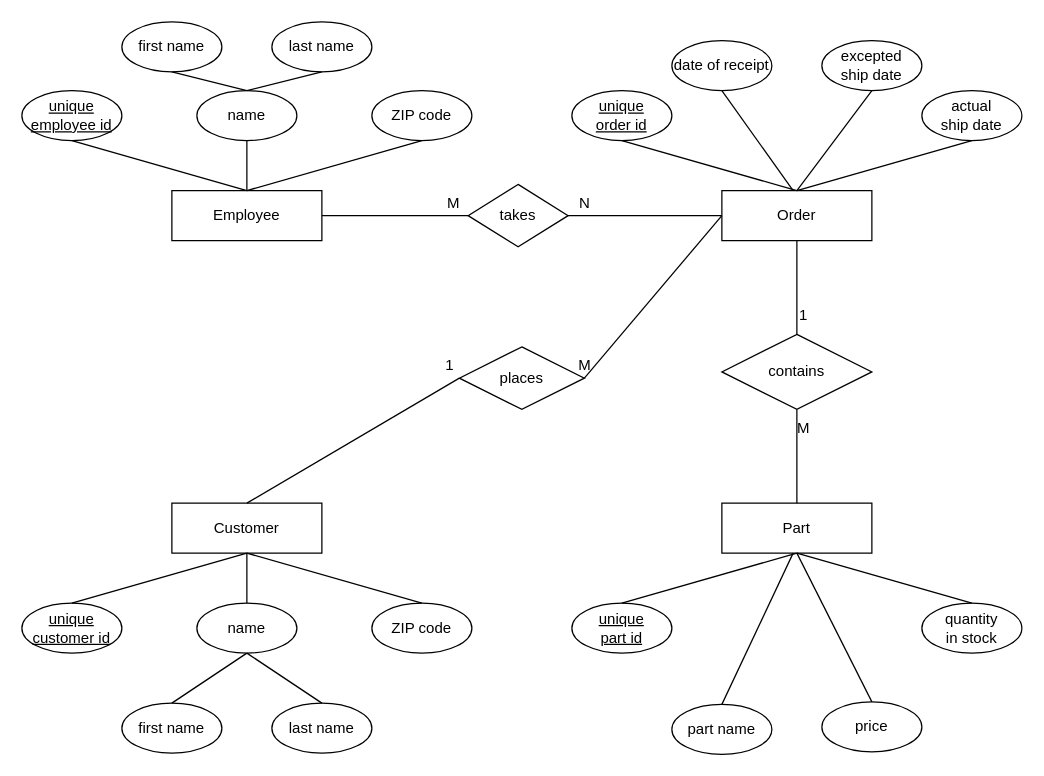
Before: erd.drawio in Sion99/C-Programming-for-Beginners, a draw.io diagram. Source tidied: cells renumbered, new cells numbered last; positions are measured from the earlier drawing's top-left corner, leaving out a move shared by most shapes. Both pictures are drawn from the tidied source at 125%, with x=0, y=0 at pixel (21, 21).
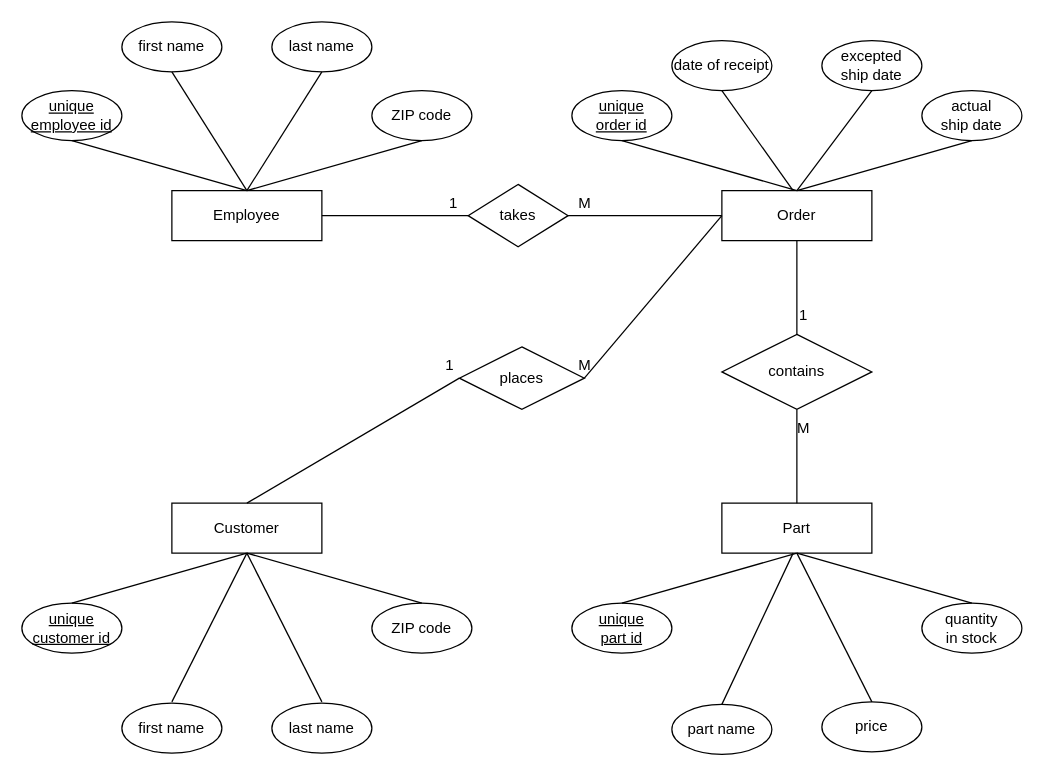
The same diagram, later.

Unchanged cells that the change refers to:
```xml
<mxCell id="2" value="Employee" style="whiteSpace=wrap;html=1;align=center;" parent="1" vertex="1">
  <mxGeometry x="120" y="135" width="120" height="40" as="geometry" />
</mxCell>
<mxCell id="5" value="Customer" style="whiteSpace=wrap;html=1;align=center;" parent="1" vertex="1">
  <mxGeometry x="120" y="385" width="120" height="40" as="geometry" />
</mxCell>
<mxCell id="7" value="first name" style="ellipse;whiteSpace=wrap;html=1;align=center;" parent="1" vertex="1">
  <mxGeometry x="80" width="80" height="40" as="geometry" />
</mxCell>
<mxCell id="8" value="last name" style="ellipse;whiteSpace=wrap;html=1;align=center;" parent="1" vertex="1">
  <mxGeometry x="200" width="80" height="40" as="geometry" />
</mxCell>
<mxCell id="26" value="last name" style="ellipse;whiteSpace=wrap;html=1;align=center;" parent="1" vertex="1">
  <mxGeometry x="200" y="545" width="80" height="40" as="geometry" />
</mxCell>
```

What changed in the source:
```diff
@@
-    <mxCell id="10" value="name" style="ellipse;whiteSpace=wrap;html=1;align=center;" parent="1" vertex="1">
-      <mxGeometry x="140" y="55" width="80" height="40" as="geometry" />
-    </mxCell>
@@
-    <mxCell id="12" style="endArrow=none;html=1;rounded=0;exitX=0.5;exitY=1;exitDx=0;exitDy=0;" parent="1" edge="1" source="10">
-      <mxGeometry relative="1" as="geometry">
-        <mxPoint x="180" y="135" as="targetPoint" />
-      </mxGeometry>
-    </mxCell>
@@
-    <mxCell id="14" style="endArrow=none;html=1;rounded=0;entryX=0.5;entryY=0;entryDx=0;entryDy=0;exitX=0.5;exitY=1;exitDx=0;exitDy=0;" parent="1" edge="1" source="7" target="10">
+    <mxCell id="14" style="endArrow=none;html=1;rounded=0;exitX=0.5;exitY=1;exitDx=0;exitDy=0;entryX=0.5;entryY=0;entryDx=0;entryDy=0;" parent="1" edge="1" source="7" target="2">
       <mxGeometry relative="1" as="geometry" />
     </mxCell>
-    <mxCell id="15" style="endArrow=none;html=1;rounded=0;exitX=0.5;exitY=1;exitDx=0;exitDy=0;entryX=0.5;entryY=0;entryDx=0;entryDy=0;" parent="1" edge="1" source="8" target="10">
+    <mxCell id="15" style="endArrow=none;html=1;rounded=0;exitX=0.5;exitY=1;exitDx=0;exitDy=0;entryX=0.5;entryY=0;entryDx=0;entryDy=0;" parent="1" edge="1" source="8" target="2">
       <mxGeometry relative="1" as="geometry" />
     </mxCell>
@@
-    <mxCell id="28" value="name" style="ellipse;whiteSpace=wrap;html=1;align=center;" parent="1" vertex="1">
-      <mxGeometry x="140" y="465" width="80" height="40" as="geometry" />
-    </mxCell>
@@
-    <mxCell id="30" style="endArrow=none;html=1;rounded=0;entryX=0.5;entryY=1;entryDx=0;entryDy=0;" parent="1" edge="1">
-      <mxGeometry relative="1" as="geometry">
-        <mxPoint x="180" y="465" as="sourcePoint" />
-        <mxPoint x="180" y="425" as="targetPoint" />
-      </mxGeometry>
-    </mxCell>
@@
-    <mxCell id="32" style="endArrow=none;html=1;rounded=0;entryX=0.5;entryY=1;entryDx=0;entryDy=0;" parent="1" edge="1" target="28">
-      <mxGeometry relative="1" as="geometry">
-        <mxPoint x="120" y="545" as="sourcePoint" />
-      </mxGeometry>
-    </mxCell>
-    <mxCell id="33" style="endArrow=none;html=1;rounded=0;exitX=0.5;exitY=0;exitDx=0;exitDy=0;" parent="1" edge="1" source="26">
-      <mxGeometry relative="1" as="geometry">
-        <mxPoint x="180" y="505" as="targetPoint" />
-      </mxGeometry>
-    </mxCell>
@@
-    <mxCell id="55" value="N" style="text;html=1;align=center;verticalAlign=middle;strokeColor=none;fillColor=none;" parent="1" vertex="1">
+    <mxCell id="55" value="M" style="text;html=1;align=center;verticalAlign=middle;strokeColor=none;fillColor=none;" parent="1" vertex="1">
       <mxGeometry x="435" y="130" width="30" height="30" as="geometry" />
     </mxCell>
-    <mxCell id="56" value="M" style="text;html=1;align=center;verticalAlign=middle;strokeColor=none;fillColor=none;" parent="1" vertex="1">
+    <mxCell id="56" value="1" style="text;html=1;align=center;verticalAlign=middle;strokeColor=none;fillColor=none;" parent="1" vertex="1">
       <mxGeometry x="330" y="130" width="30" height="30" as="geometry" />
     </mxCell>
+    <mxCell id="57" style="endArrow=none;html=1;rounded=0;entryX=0.5;entryY=1;entryDx=0;entryDy=0;" parent="1" edge="1" target="5">
+      <mxGeometry relative="1" as="geometry">
+        <mxPoint x="120" y="544" as="sourcePoint" />
+      </mxGeometry>
+    </mxCell>
+    <mxCell id="58" style="endArrow=none;html=1;rounded=0;entryX=0.5;entryY=1;entryDx=0;entryDy=0;" parent="1" edge="1" target="5">
+      <mxGeometry relative="1" as="geometry">
+        <mxPoint x="240" y="544" as="sourcePoint" />
+      </mxGeometry>
+    </mxCell>
```
